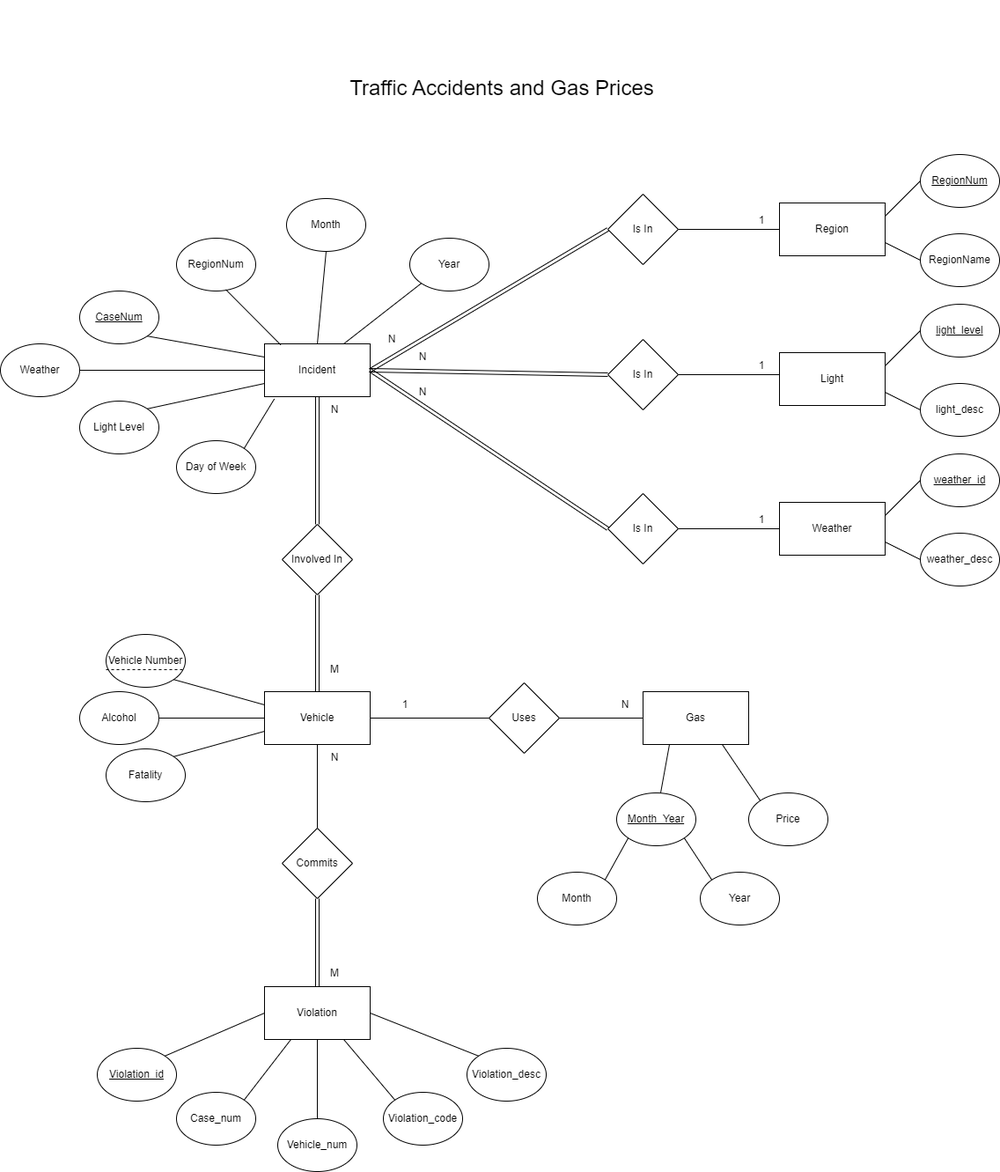
Earlier version of the draw.io export Diagrams/UCD_Group_9_ERD.drawio.png (clondon0792/Final_Project_Repo). Source tidied: cells renumbered, new cells last; positions are measured from the earlier drawing's top-left corner, leaving out a move shared by most shapes.
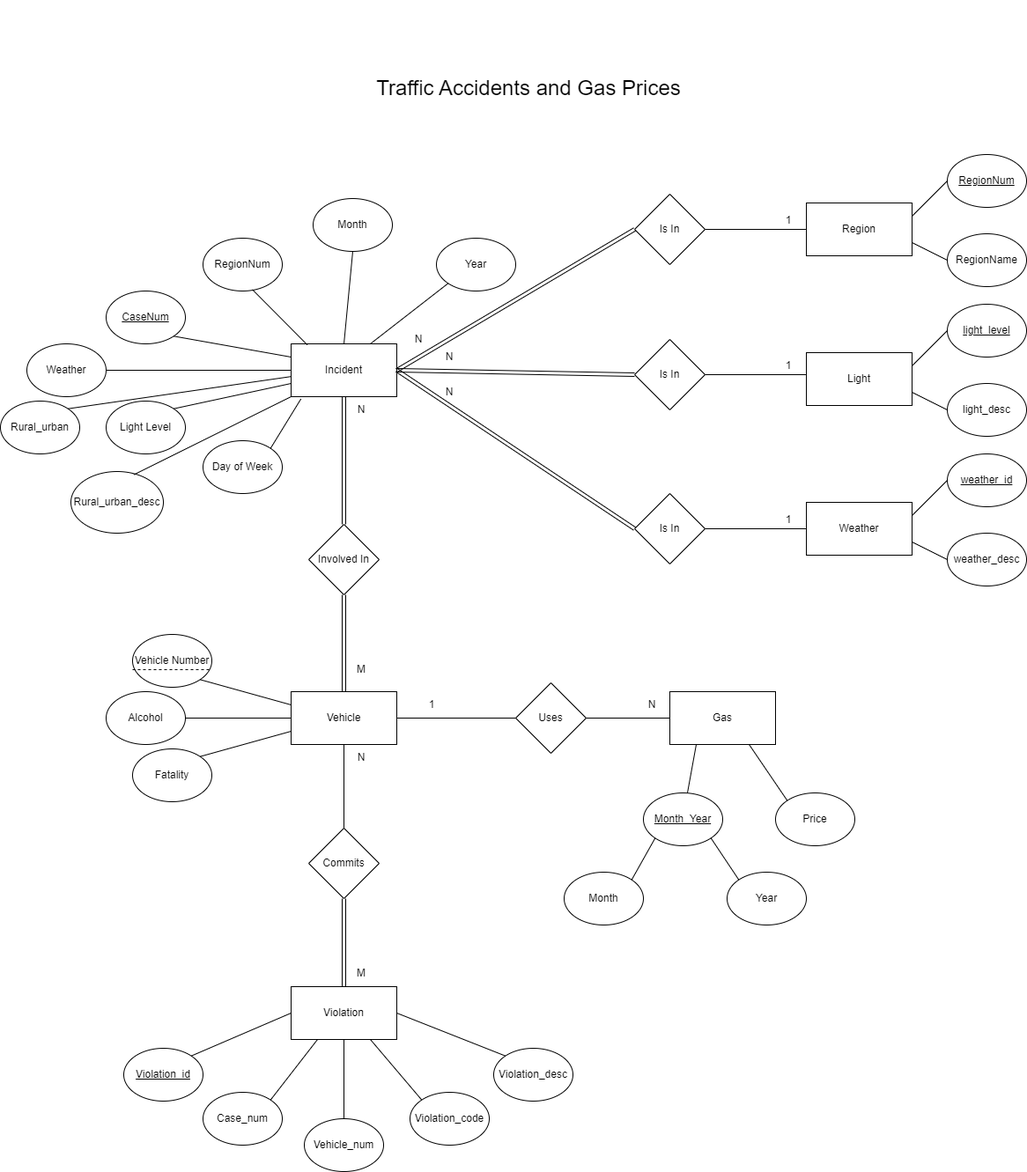
Later version of the same file.

Change to the diagram source:
```diff
@@ -277,5 +277,17 @@
     <mxCell id="90" value="M" style="text;html=1;strokeColor=none;fillColor=none;align=center;verticalAlign=middle;whiteSpace=wrap;rounded=0;" parent="1" vertex="1">
       <mxGeometry x="350" y="1090" width="60" height="30" as="geometry" />
     </mxCell>
+    <mxCell id="91" value="Rural_urban" style="ellipse;whiteSpace=wrap;html=1;" parent="1" vertex="1">
+      <mxGeometry x="-30" y="455" width="90" height="60" as="geometry" />
+    </mxCell>
+    <mxCell id="92" value="Rural_urban_desc" style="ellipse;whiteSpace=wrap;html=1;" parent="1" vertex="1">
+      <mxGeometry x="50" y="535" width="105" height="70" as="geometry" />
+    </mxCell>
+    <mxCell id="93" style="endArrow=none;html=1;rounded=0;entryX=0;entryY=0.619;entryDx=0;entryDy=0;exitX=1;exitY=0;exitDx=0;exitDy=0;entryPerimeter=0;" parent="1" edge="1" source="91" target="2">
+      <mxGeometry relative="1" as="geometry" />
+    </mxCell>
+    <mxCell id="94" style="endArrow=none;html=1;rounded=0;exitX=0.68;exitY=0.052;exitDx=0;exitDy=0;exitPerimeter=0;entryX=0;entryY=1;entryDx=0;entryDy=0;" parent="1" edge="1" source="92" target="2">
+      <mxGeometry relative="1" as="geometry" />
+    </mxCell>
   </root>
 </mxGraphModel>
```
